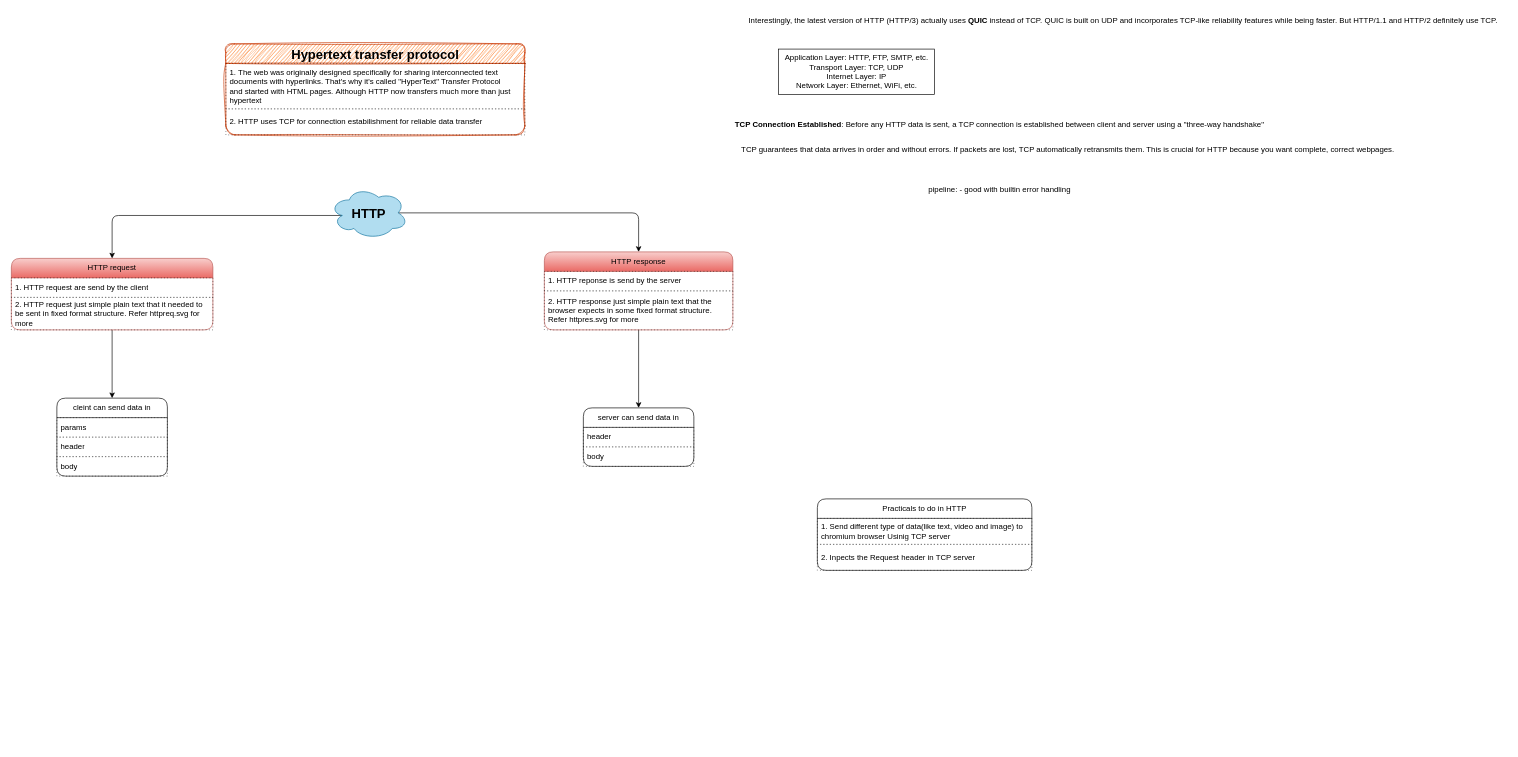
knkrn5/Programming-Concepts keeps this draw.io diagram as computer-networking/protocols/hypertext-transfer-protocol/http.dio. Above is the earlier version. Source tidied: cells renumbered, new cells numbered last; positions are measured from the earlier drawing's top-left corner, leaving out a move shared by most shapes. Both pictures are drawn from the tidied source at 65%, with x=0, y=0 at pixel (11, 11).
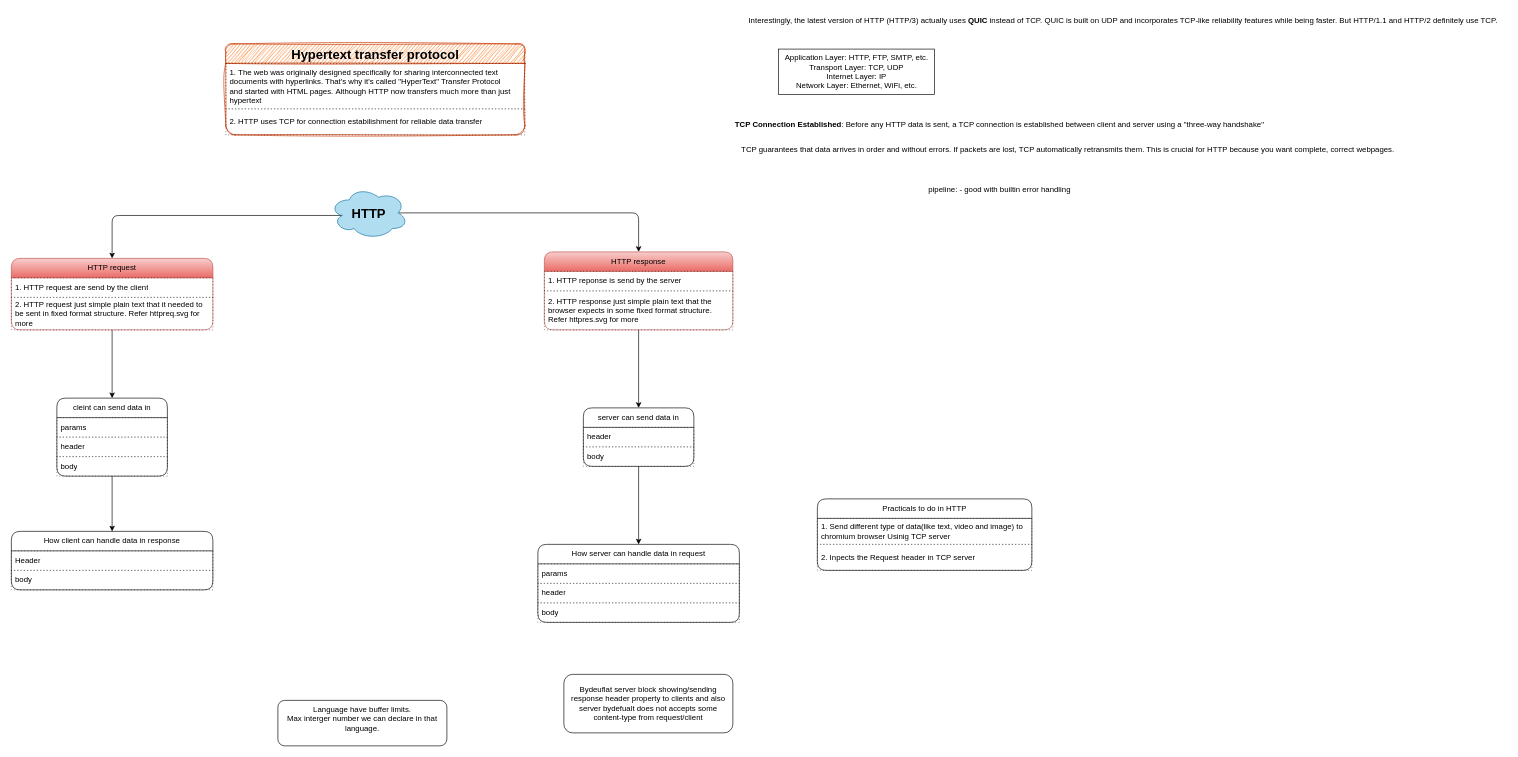
The same page after the edit.

Unchanged cells that the change refers to:
```xml
<mxCell id="14" value="cleint can send data in" style="swimlane;fontStyle=0;horizontal=1;startSize=30;whiteSpace=wrap;html=1;rounded=1;" parent="1" vertex="1">
  <mxGeometry x="70" y="595" width="170" height="120" as="geometry" />
</mxCell>
<mxCell id="18" value="server can send data in" style="swimlane;fontStyle=0;horizontal=1;startSize=30;whiteSpace=wrap;html=1;rounded=1;" parent="1" vertex="1">
  <mxGeometry x="880" y="610" width="170" height="90" as="geometry" />
</mxCell>
```

Change to the diagram source:
```diff
@@
+    <mxCell id="31" style="edgeStyle=none;html=1;exitX=0.5;exitY=1;exitDx=0;exitDy=0;entryX=0.5;entryY=0;entryDx=0;entryDy=0;" parent="1" edge="1" source="14" target="32">
+      <mxGeometry relative="1" as="geometry" />
+    </mxCell>
@@
+    <mxCell id="32" value="How client can handle data in response" style="swimlane;fontStyle=0;horizontal=1;startSize=30;whiteSpace=wrap;html=1;rounded=1;" parent="1" vertex="1">
+      <mxGeometry y="800" width="310" height="90" as="geometry" />
+    </mxCell>
+    <mxCell id="33" value="Header" style="text;strokeColor=default;fillColor=none;align=left;verticalAlign=middle;spacingLeft=4;spacingRight=4;overflow=hidden;whiteSpace=wrap;html=1;dashed=1;dashPattern=1 4;" parent="32" vertex="1">
+      <mxGeometry y="30" width="310" height="30" as="geometry" />
+    </mxCell>
+    <mxCell id="34" value="body" style="text;strokeColor=default;fillColor=none;align=left;verticalAlign=middle;spacingLeft=4;spacingRight=4;overflow=hidden;whiteSpace=wrap;html=1;dashed=1;dashPattern=1 4;" parent="32" vertex="1">
+      <mxGeometry y="60" width="310" height="30" as="geometry" />
+    </mxCell>
+    <mxCell id="35" value="How server can handle data in request" style="swimlane;fontStyle=0;horizontal=1;startSize=30;whiteSpace=wrap;html=1;rounded=1;" parent="1" vertex="1">
+      <mxGeometry x="810" y="820" width="310" height="120" as="geometry" />
+    </mxCell>
+    <mxCell id="36" value="params" style="text;strokeColor=default;fillColor=none;align=left;verticalAlign=middle;spacingLeft=4;spacingRight=4;overflow=hidden;whiteSpace=wrap;html=1;dashed=1;dashPattern=1 4;" parent="35" vertex="1">
+      <mxGeometry y="30" width="310" height="30" as="geometry" />
+    </mxCell>
+    <mxCell id="37" value="header" style="text;strokeColor=default;fillColor=none;align=left;verticalAlign=middle;spacingLeft=4;spacingRight=4;overflow=hidden;whiteSpace=wrap;html=1;dashed=1;dashPattern=1 4;" parent="35" vertex="1">
+      <mxGeometry y="60" width="310" height="30" as="geometry" />
+    </mxCell>
+    <mxCell id="38" value="body" style="text;strokeColor=default;fillColor=none;align=left;verticalAlign=middle;spacingLeft=4;spacingRight=4;overflow=hidden;whiteSpace=wrap;html=1;dashed=1;dashPattern=1 4;" parent="35" vertex="1">
+      <mxGeometry y="90" width="310" height="30" as="geometry" />
+    </mxCell>
+    <mxCell id="39" style="edgeStyle=none;html=1;exitX=0.5;exitY=1;exitDx=0;exitDy=0;entryX=0.5;entryY=0;entryDx=0;entryDy=0;" parent="1" edge="1" source="18" target="35">
+      <mxGeometry relative="1" as="geometry" />
+    </mxCell>
@@
+    <mxCell id="40" value="Language have buffer limits.&lt;div&gt;Max interger number we can declare in that language.&lt;/div&gt;&lt;div&gt;&lt;br&gt;&lt;/div&gt;" style="rounded=1;whiteSpace=wrap;html=1;" parent="1" vertex="1">
+      <mxGeometry x="410" y="1060" width="260" height="70" as="geometry" />
+    </mxCell>
+    <mxCell id="41" value="Bydeuflat server block showing/sending response header property to clients and also server bydefualt does not accepts some content-type from request/client" style="rounded=1;whiteSpace=wrap;html=1;" parent="1" vertex="1">
+      <mxGeometry x="850" y="1020" width="260" height="90" as="geometry" />
+    </mxCell>
```
